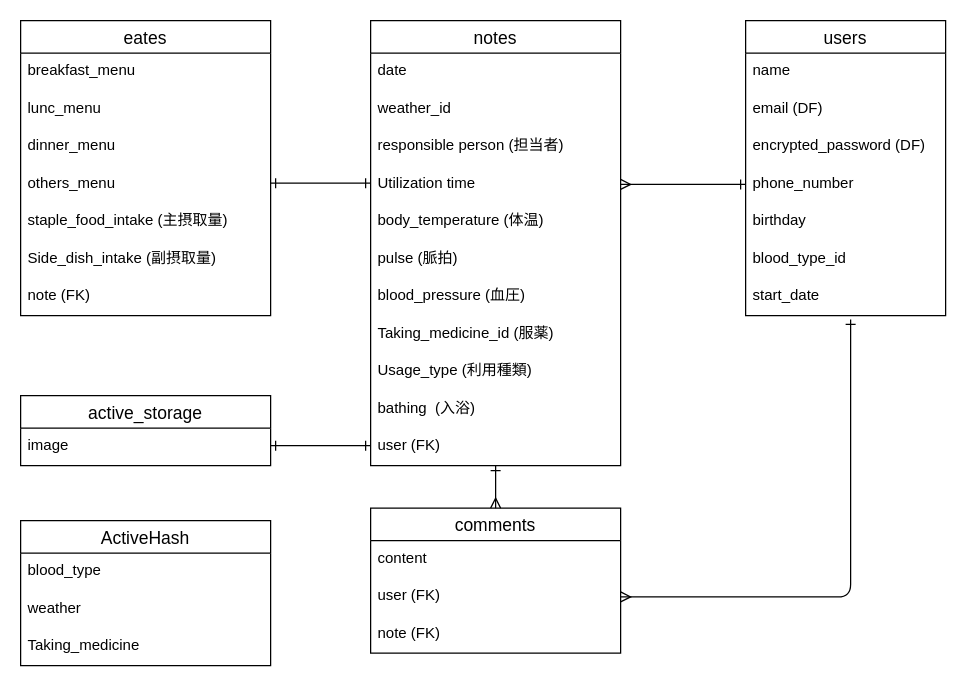
This is ohana.dio from NRM129/ohana, a draw.io file, before an edit. Source tidied: cells renumbered, new cells numbered last; positions are measured from the earlier drawing's top-left corner, leaving out a move shared by most shapes. Both pictures are drawn from the tidied source at 125%, with x=0, y=0 at pixel (20, 20).
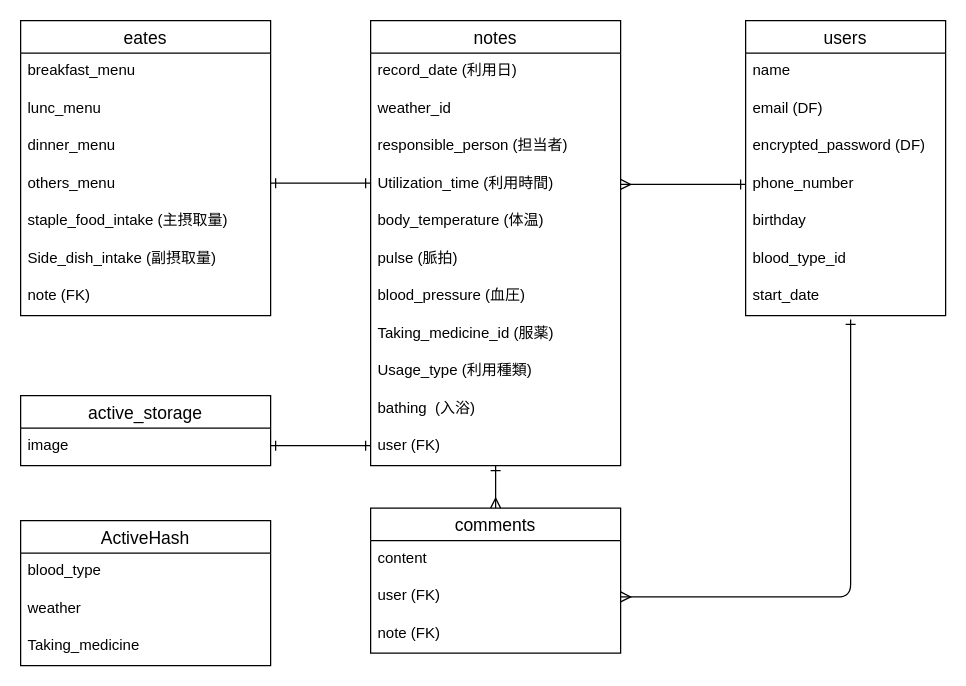
After the change.

Unchanged cells that the change refers to:
```xml
<mxCell id="10" value="notes" style="swimlane;fontStyle=0;horizontal=1;startSize=26;align=center;fontSize=14;" parent="1" vertex="1">
  <mxGeometry x="280" width="200" height="356" as="geometry" />
</mxCell>
```

What changed in the source:
```diff
@@
-    <mxCell id="11" value="date" style="text;strokeColor=none;fillColor=none;spacingLeft=4;spacingRight=4;overflow=hidden;fontSize=12;" parent="10" vertex="1">
+    <mxCell id="11" value="record_date (利用日)" style="text;strokeColor=none;fillColor=none;spacingLeft=4;spacingRight=4;overflow=hidden;fontSize=12;" parent="10" vertex="1">
       <mxGeometry y="26" width="200" height="30" as="geometry" />
     </mxCell>
@@
-    <mxCell id="13" value="responsible person (担当者)" style="text;strokeColor=none;fillColor=none;spacingLeft=4;spacingRight=4;overflow=hidden;fontSize=12;" parent="10" vertex="1">
+    <mxCell id="13" value="responsible_person (担当者)" style="text;strokeColor=none;fillColor=none;spacingLeft=4;spacingRight=4;overflow=hidden;fontSize=12;" parent="10" vertex="1">
       <mxGeometry y="86" width="200" height="30" as="geometry" />
     </mxCell>
-    <mxCell id="14" value="Utilization time" style="text;strokeColor=none;fillColor=none;spacingLeft=4;spacingRight=4;overflow=hidden;points=[[0,0.5],[1,0.5]];portConstraint=eastwest;fontSize=12;" parent="10" vertex="1">
+    <mxCell id="14" value="Utilization_time (利用時間)" style="text;strokeColor=none;fillColor=none;spacingLeft=4;spacingRight=4;overflow=hidden;points=[[0,0.5],[1,0.5]];portConstraint=eastwest;fontSize=12;" parent="10" vertex="1">
       <mxGeometry y="116" width="200" height="30" as="geometry" />
     </mxCell>
```
